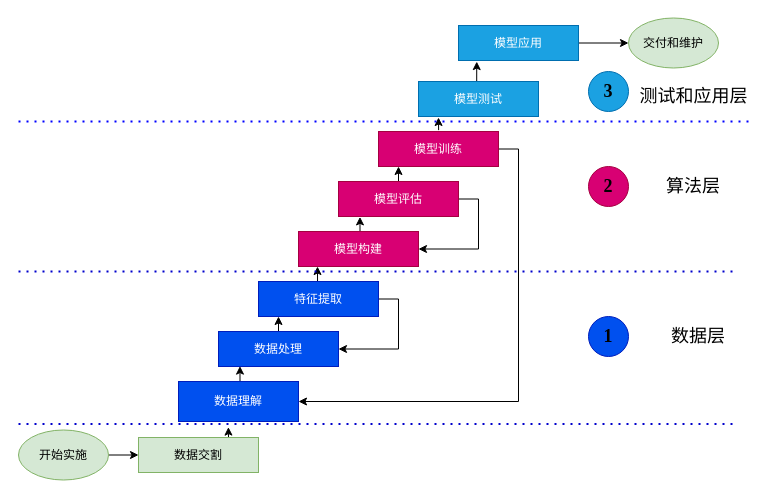
Above: model_architecture.drawio in paleblackless/diagrams (draw.io), before the change. Source tidied: cells renumbered, new cells numbered last; positions are measured from the earlier drawing's top-left corner, leaving out a move shared by most shapes. Both pictures are drawn from the tidied source at 100%, with x=0, y=0 at pixel (18, 17).
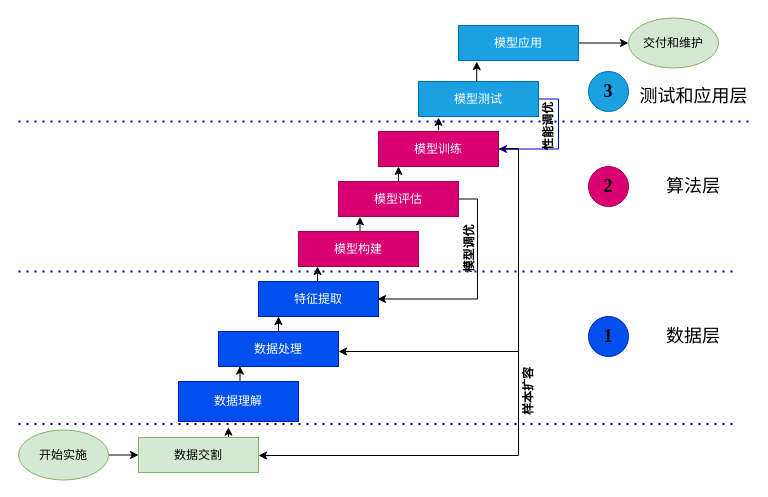
After the change.

Unchanged cells that the change refers to:
```xml
<mxCell id="3" value="数据交割" style="rounded=0;whiteSpace=wrap;html=1;fontFamily=Times New Roman;fillColor=#d5e8d4;strokeColor=#82b366;" parent="1" vertex="1">
  <mxGeometry x="120" y="420" width="120" height="35" as="geometry" />
</mxCell>
<mxCell id="7" value="数据理解" style="rounded=0;whiteSpace=wrap;html=1;fontFamily=Times New Roman;fillColor=#0050ef;fontColor=#ffffff;strokeColor=#001DBC;" parent="1" vertex="1">
  <mxGeometry x="160" y="364" width="120" height="40" as="geometry" />
</mxCell>
<mxCell id="9" value="数据处理" style="rounded=0;whiteSpace=wrap;html=1;fontFamily=Times New Roman;fillColor=#0050ef;fontColor=#ffffff;strokeColor=#001DBC;" parent="1" vertex="1">
  <mxGeometry x="200" y="314" width="120" height="35" as="geometry" />
</mxCell>
<mxCell id="12" value="特征提取" style="rounded=0;whiteSpace=wrap;html=1;fontFamily=Times New Roman;fillColor=#0050ef;fontColor=#ffffff;strokeColor=#001DBC;" parent="1" vertex="1">
  <mxGeometry x="240" y="264" width="120" height="35" as="geometry" />
</mxCell>
<mxCell id="15" value="模型构建" style="rounded=0;whiteSpace=wrap;html=1;fontFamily=Times New Roman;fillColor=#d80073;fontColor=#ffffff;strokeColor=#A50040;" parent="1" vertex="1">
  <mxGeometry x="280" y="214" width="120" height="35" as="geometry" />
</mxCell>
<mxCell id="18" value="模型评估" style="rounded=0;whiteSpace=wrap;html=1;fontFamily=Times New Roman;fillColor=#d80073;fontColor=#ffffff;strokeColor=#A50040;" parent="1" vertex="1">
  <mxGeometry x="320" y="164" width="120" height="35" as="geometry" />
</mxCell>
<mxCell id="21" value="模型训练" style="rounded=0;whiteSpace=wrap;html=1;fontFamily=Times New Roman;fillColor=#d80073;fontColor=#ffffff;strokeColor=#A50040;" parent="1" vertex="1">
  <mxGeometry x="360" y="114" width="120" height="35" as="geometry" />
</mxCell>
<mxCell id="23" value="模型测试" style="rounded=0;whiteSpace=wrap;html=1;fontFamily=Times New Roman;fillColor=#1ba1e2;fontColor=#ffffff;strokeColor=#006EAF;" parent="1" vertex="1">
  <mxGeometry x="400" y="64" width="120" height="35" as="geometry" />
</mxCell>
```

What changed in the source:
```diff
@@
-    <mxCell id="11" style="edgeStyle=orthogonalEdgeStyle;rounded=0;jettySize=auto;html=1;exitX=1;exitY=0.5;exitDx=0;exitDy=0;entryX=1;entryY=0.5;entryDx=0;entryDy=0;fontFamily=Times New Roman;" parent="1" edge="1" source="12" target="9">
-      <mxGeometry relative="1" as="geometry" />
-    </mxCell>
@@
-    <mxCell id="17" style="edgeStyle=orthogonalEdgeStyle;rounded=0;jettySize=auto;html=1;exitX=1;exitY=0.5;exitDx=0;exitDy=0;entryX=1;entryY=0.5;entryDx=0;entryDy=0;fontFamily=Times New Roman;" parent="1" edge="1" source="18" target="15">
-      <mxGeometry relative="1" as="geometry" />
+    <mxCell id="17" style="edgeStyle=orthogonalEdgeStyle;rounded=0;orthogonalLoop=1;jettySize=auto;html=1;exitX=1;exitY=0.5;exitDx=0;exitDy=0;entryX=1;entryY=0.5;entryDx=0;entryDy=0;fontFamily=Times New Roman;" parent="1" edge="1">
+      <mxGeometry relative="1" as="geometry">
+        <mxPoint x="439" y="181.5" as="sourcePoint" />
+        <mxPoint x="359" y="281.5" as="targetPoint" />
+        <Array as="points">
+          <mxPoint x="459" y="182" />
+          <mxPoint x="459" y="282" />
+        </Array>
+      </mxGeometry>
     </mxCell>
@@
-    <mxCell id="20" style="edgeStyle=orthogonalEdgeStyle;rounded=0;jettySize=auto;html=1;exitX=1;exitY=0.5;exitDx=0;exitDy=0;entryX=1;entryY=0.5;entryDx=0;entryDy=0;fontFamily=Times New Roman;" parent="1" edge="1" source="21" target="7">
-      <mxGeometry relative="1" as="geometry" />
+    <mxCell id="20" style="edgeStyle=orthogonalEdgeStyle;rounded=0;jettySize=auto;html=1;exitX=1;exitY=0.5;exitDx=0;exitDy=0;fontFamily=Times New Roman;" parent="1" edge="1" source="21">
+      <mxGeometry relative="1" as="geometry">
+        <mxPoint x="320" y="334" as="targetPoint" />
+        <Array as="points">
+          <mxPoint x="500" y="132" />
+          <mxPoint x="500" y="334" />
+          <mxPoint x="320" y="334" />
+        </Array>
+      </mxGeometry>
     </mxCell>
@@
+    <mxCell id="35" style="edgeStyle=orthogonalEdgeStyle;rounded=0;jettySize=auto;html=1;exitX=1;exitY=0.5;exitDx=0;exitDy=0;entryX=1;entryY=0.5;entryDx=0;entryDy=0;fontFamily=Times New Roman;fontSize=12;fontColor=#000000;strokeColor=#0000CC;" parent="1" edge="1" source="23" target="21">
+      <mxGeometry relative="1" as="geometry" />
+    </mxCell>
@@
     <mxCell id="32" value="数据层" style="text;html=1;strokeColor=none;fillColor=none;align=center;verticalAlign=middle;whiteSpace=wrap;rounded=0;fontSize=18;fontColor=#000000;fontFamily=Times New Roman;" parent="1" vertex="1">
-      <mxGeometry x="640" y="304" width="80" height="30" as="geometry" />
+      <mxGeometry x="635" y="304" width="80" height="30" as="geometry" />
     </mxCell>
@@
+    <mxCell id="36" style="edgeStyle=orthogonalEdgeStyle;rounded=0;jettySize=auto;html=1;fontFamily=Times New Roman;exitX=1.009;exitY=0.491;exitDx=0;exitDy=0;exitPerimeter=0;" parent="1" edge="1" source="21" target="3">
+      <mxGeometry relative="1" as="geometry">
+        <Array as="points">
+          <mxPoint x="500" y="131" />
+          <mxPoint x="500" y="438" />
+        </Array>
+      </mxGeometry>
+    </mxCell>
+    <mxCell id="37" value="样本扩容" style="text;html=1;strokeColor=none;fillColor=none;align=center;verticalAlign=middle;whiteSpace=wrap;rounded=0;fontFamily=Times New Roman;fontSize=12;fontColor=#000000;rotation=-90;fontStyle=1;" parent="1" vertex="1">
+      <mxGeometry x="480" y="364" width="60" height="20" as="geometry" />
+    </mxCell>
+    <mxCell id="38" value="模型调优" style="text;html=1;strokeColor=none;fillColor=none;align=center;verticalAlign=middle;whiteSpace=wrap;rounded=0;fontFamily=Times New Roman;fontSize=12;fontColor=#000000;rotation=-90;fontStyle=1;" parent="1" vertex="1">
+      <mxGeometry x="420" y="221.5" width="60" height="20" as="geometry" />
+    </mxCell>
+    <mxCell id="39" value="性能调优" style="text;html=1;strokeColor=none;fillColor=none;align=center;verticalAlign=middle;whiteSpace=wrap;rounded=0;fontFamily=Times New Roman;fontSize=12;fontColor=#000000;rotation=-90;fontStyle=1;" parent="1" vertex="1">
+      <mxGeometry x="500" y="99" width="60" height="20" as="geometry" />
+    </mxCell>
```
